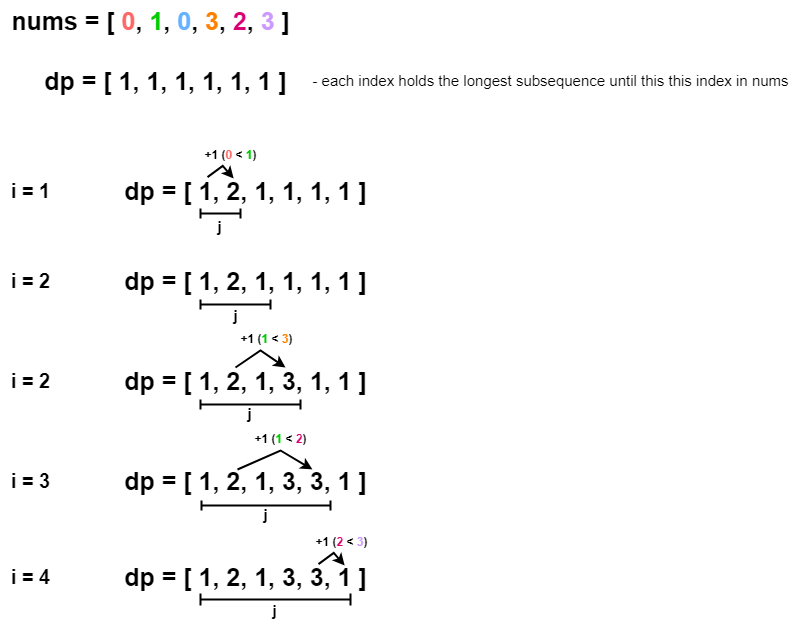
Above: Python3/img/LongestIncreasingSubsequence.png in ashiven/leetcode-solutions (draw.io), before the change. Source tidied: cells renumbered, new cells last; positions are measured from the earlier drawing's top-left corner, leaving out a move shared by most shapes. Its diagram source:
```xml
<mxGraphModel background="#ffffff">
  <root>
    <mxCell id="0" />
    <mxCell id="1" parent="0" />
    <mxCell id="2" value="nums = [ &lt;font color=&quot;#ff6666&quot;&gt;0&lt;/font&gt;, &lt;font color=&quot;#00cc00&quot;&gt;1&lt;/font&gt;, &lt;font color=&quot;#66b2ff&quot;&gt;0&lt;/font&gt;, &lt;font color=&quot;#ff8000&quot;&gt;3&lt;/font&gt;, &lt;font color=&quot;#d80073&quot;&gt;2&lt;/font&gt;, &lt;font color=&quot;#cc99ff&quot;&gt;3&lt;/font&gt; ]" style="text;html=1;align=center;verticalAlign=middle;strokeColor=none;fillColor=none;fontSize=25;fontStyle=1;" parent="1" vertex="1">
      <mxGeometry width="300" height="40" as="geometry" />
    </mxCell>
    <mxCell id="3" value="dp = [ 1, 1, 1, 1, 1, 1 ]" style="text;html=1;align=center;verticalAlign=middle;strokeColor=none;fillColor=none;fontSize=25;fontStyle=1;" parent="1" vertex="1">
      <mxGeometry x="30" y="60" width="270" height="40" as="geometry" />
    </mxCell>
    <mxCell id="4" value="&lt;font style=&quot;font-size: 15px;&quot;&gt;- each index holds the longest subsequence until this this index in nums&lt;/font&gt;" style="text;html=1;align=center;verticalAlign=middle;strokeColor=none;fillColor=none;" parent="1" vertex="1">
      <mxGeometry x="300" y="65" width="500" height="30" as="geometry" />
    </mxCell>
    <mxCell id="5" value="i = 1" style="text;html=1;align=center;verticalAlign=middle;strokeColor=none;fillColor=none;fontSize=20;fontStyle=1;" parent="1" vertex="1">
      <mxGeometry y="170" width="60" height="40" as="geometry" />
    </mxCell>
    <mxCell id="6" value="dp = [ 1, 2, 1, 1, 1, 1 ]" style="text;html=1;align=center;verticalAlign=middle;strokeColor=none;fillColor=none;fontSize=25;fontStyle=1;" parent="1" vertex="1">
      <mxGeometry x="110" y="170" width="270" height="40" as="geometry" />
    </mxCell>
    <mxCell id="7" style="endArrow=classic;html=1;rounded=0;entryX=0.448;entryY=0.065;entryDx=0;entryDy=0;entryPerimeter=0;exitX=0.351;exitY=0.03;exitDx=0;exitDy=0;exitPerimeter=0;strokeWidth=2;" parent="1" edge="1">
      <mxGeometry relative="1" as="geometry">
        <mxPoint x="207" y="176.6" as="sourcePoint" />
        <mxPoint x="233.2" y="178" as="targetPoint" />
        <Array as="points">
          <mxPoint x="222.2" y="165.4" />
        </Array>
      </mxGeometry>
    </mxCell>
    <mxCell id="8" value="+1 (&lt;font color=&quot;#ff6666&quot;&gt;0&lt;/font&gt; &amp;lt;&amp;nbsp;&lt;font color=&quot;#00cc00&quot;&gt;1&lt;/font&gt;)" style="text;html=1;align=center;verticalAlign=middle;strokeColor=none;fillColor=none;fontStyle=1;" parent="1" vertex="1">
      <mxGeometry x="190" y="140" width="80" height="30" as="geometry" />
    </mxCell>
    <mxCell id="9" value="i = 2" style="text;html=1;align=center;verticalAlign=middle;strokeColor=none;fillColor=none;fontSize=20;fontStyle=1;" parent="1" vertex="1">
      <mxGeometry y="260" width="60" height="40" as="geometry" />
    </mxCell>
    <mxCell id="10" value="dp = [ 1, 2, 1, 1, 1, 1 ]" style="text;html=1;align=center;verticalAlign=middle;strokeColor=none;fillColor=none;fontSize=25;fontStyle=1;" parent="1" vertex="1">
      <mxGeometry x="110" y="260" width="270" height="40" as="geometry" />
    </mxCell>
    <mxCell id="11" value="+1 (&lt;font color=&quot;#00cc00&quot;&gt;1 &lt;/font&gt;&amp;lt;&lt;font color=&quot;#00cc00&quot;&gt; &lt;/font&gt;&lt;font color=&quot;#ff8000&quot;&gt;3&lt;/font&gt;)" style="text;html=1;align=center;verticalAlign=middle;strokeColor=none;fillColor=none;fontStyle=1;fontSize=12;" parent="1" vertex="1">
      <mxGeometry x="226" y="324" width="80" height="30" as="geometry" />
    </mxCell>
    <mxCell id="12" value="i = 2" style="text;html=1;align=center;verticalAlign=middle;strokeColor=none;fillColor=none;fontSize=20;fontStyle=1;" parent="1" vertex="1">
      <mxGeometry y="360" width="60" height="40" as="geometry" />
    </mxCell>
    <mxCell id="13" value="dp = [ 1, 2, 1, 3, 1, 1 ]" style="text;html=1;align=center;verticalAlign=middle;strokeColor=none;fillColor=none;fontSize=25;fontStyle=1;" parent="1" vertex="1">
      <mxGeometry x="110" y="360" width="270" height="40" as="geometry" />
    </mxCell>
    <mxCell id="14" style="endArrow=classic;html=1;rounded=0;strokeWidth=2;exitX=0.477;exitY=0.042;exitDx=0;exitDy=0;exitPerimeter=0;" parent="1" edge="1">
      <mxGeometry relative="1" as="geometry">
        <mxPoint x="235" y="367" as="sourcePoint" />
        <mxPoint x="285" y="367" as="targetPoint" />
        <Array as="points">
          <mxPoint x="260" y="350" />
        </Array>
      </mxGeometry>
    </mxCell>
    <mxCell id="15" value="+1 (&lt;font color=&quot;#00cc00&quot;&gt;1 &lt;/font&gt;&amp;lt;&lt;font color=&quot;#00cc00&quot;&gt; &lt;/font&gt;&lt;font color=&quot;#d80073&quot;&gt;2&lt;/font&gt;)" style="text;html=1;align=center;verticalAlign=middle;strokeColor=none;fillColor=none;fontStyle=1;fontSize=12;" parent="1" vertex="1">
      <mxGeometry x="240" y="424" width="80" height="30" as="geometry" />
    </mxCell>
    <mxCell id="16" value="i = 3" style="text;html=1;align=center;verticalAlign=middle;strokeColor=none;fillColor=none;fontSize=20;fontStyle=1;" parent="1" vertex="1">
      <mxGeometry y="460" width="60" height="40" as="geometry" />
    </mxCell>
    <mxCell id="17" value="dp = [ 1, 2, 1, 3, 3, 1 ]" style="text;html=1;align=center;verticalAlign=middle;strokeColor=none;fillColor=none;fontSize=25;fontStyle=1;" parent="1" vertex="1">
      <mxGeometry x="110" y="460" width="270" height="40" as="geometry" />
    </mxCell>
    <mxCell id="18" style="endArrow=classic;html=1;rounded=0;strokeWidth=2;exitX=0.477;exitY=0.042;exitDx=0;exitDy=0;exitPerimeter=0;" parent="1" edge="1">
      <mxGeometry relative="1" as="geometry">
        <mxPoint x="237" y="469" as="sourcePoint" />
        <mxPoint x="312" y="469" as="targetPoint" />
        <Array as="points">
          <mxPoint x="280" y="450" />
        </Array>
      </mxGeometry>
    </mxCell>
    <mxCell id="19" value="i = 4" style="text;html=1;align=center;verticalAlign=middle;strokeColor=none;fillColor=none;fontSize=20;fontStyle=1;" parent="1" vertex="1">
      <mxGeometry y="556" width="60" height="40" as="geometry" />
    </mxCell>
    <mxCell id="20" value="dp = [ 1, 2, 1, 3, 3, 1 ]" style="text;html=1;align=center;verticalAlign=middle;strokeColor=none;fillColor=none;fontSize=25;fontStyle=1;" parent="1" vertex="1">
      <mxGeometry x="110" y="556" width="270" height="40" as="geometry" />
    </mxCell>
    <mxCell id="21" style="endArrow=classic;html=1;rounded=0;entryX=0.448;entryY=0.065;entryDx=0;entryDy=0;entryPerimeter=0;exitX=0.351;exitY=0.03;exitDx=0;exitDy=0;exitPerimeter=0;strokeWidth=2;" parent="1" edge="1">
      <mxGeometry relative="1" as="geometry">
        <mxPoint x="318" y="563.6" as="sourcePoint" />
        <mxPoint x="344.2" y="565" as="targetPoint" />
        <Array as="points">
          <mxPoint x="333.2" y="552.4" />
        </Array>
      </mxGeometry>
    </mxCell>
    <mxCell id="22" value="+1 (&lt;font color=&quot;#d80073&quot;&gt;2&lt;/font&gt;&amp;nbsp;&amp;lt;&amp;nbsp;&lt;font color=&quot;#cc99ff&quot;&gt;3&lt;/font&gt;)" style="text;html=1;align=center;verticalAlign=middle;strokeColor=none;fillColor=none;fontStyle=1;" parent="1" vertex="1">
      <mxGeometry x="301" y="527" width="80" height="30" as="geometry" />
    </mxCell>
    <mxCell id="23" style="shape=crossbar;whiteSpace=wrap;html=1;rounded=1;strokeWidth=2;" parent="1" vertex="1">
      <mxGeometry x="200" y="208" width="40" height="10" as="geometry" />
    </mxCell>
    <mxCell id="24" style="shape=crossbar;whiteSpace=wrap;html=1;rounded=1;strokeWidth=2;" parent="1" vertex="1">
      <mxGeometry x="200" y="299" width="70" height="10" as="geometry" />
    </mxCell>
    <mxCell id="25" style="shape=crossbar;whiteSpace=wrap;html=1;rounded=1;strokeWidth=2;" parent="1" vertex="1">
      <mxGeometry x="200" y="399" width="100" height="10" as="geometry" />
    </mxCell>
    <mxCell id="26" style="shape=crossbar;whiteSpace=wrap;html=1;rounded=1;strokeWidth=2;" parent="1" vertex="1">
      <mxGeometry x="201" y="500" width="129" height="10" as="geometry" />
    </mxCell>
    <mxCell id="27" style="shape=crossbar;whiteSpace=wrap;html=1;rounded=1;strokeWidth=2;" parent="1" vertex="1">
      <mxGeometry x="200" y="593" width="150" height="12" as="geometry" />
    </mxCell>
    <mxCell id="28" value="&lt;font style=&quot;font-size: 15px;&quot;&gt;&lt;b&gt;j&lt;/b&gt;&lt;/font&gt;" style="text;html=1;align=center;verticalAlign=middle;strokeColor=none;fillColor=none;" parent="1" vertex="1">
      <mxGeometry x="204" y="211" width="30" height="30" as="geometry" />
    </mxCell>
    <mxCell id="29" value="&lt;font style=&quot;font-size: 15px;&quot;&gt;&lt;b&gt;j&lt;/b&gt;&lt;/font&gt;" style="text;html=1;align=center;verticalAlign=middle;strokeColor=none;fillColor=none;" parent="1" vertex="1">
      <mxGeometry x="220" y="300" width="30" height="30" as="geometry" />
    </mxCell>
    <mxCell id="30" value="&lt;font style=&quot;font-size: 15px;&quot;&gt;&lt;b&gt;j&lt;/b&gt;&lt;/font&gt;" style="text;html=1;align=center;verticalAlign=middle;strokeColor=none;fillColor=none;" parent="1" vertex="1">
      <mxGeometry x="234" y="398" width="30" height="30" as="geometry" />
    </mxCell>
    <mxCell id="31" value="&lt;font style=&quot;font-size: 15px;&quot;&gt;&lt;b&gt;j&lt;/b&gt;&lt;/font&gt;" style="text;html=1;align=center;verticalAlign=middle;strokeColor=none;fillColor=none;" parent="1" vertex="1">
      <mxGeometry x="250" y="499" width="30" height="30" as="geometry" />
    </mxCell>
    <mxCell id="32" value="&lt;font style=&quot;font-size: 15px;&quot;&gt;&lt;b&gt;j&lt;/b&gt;&lt;/font&gt;" style="text;html=1;align=center;verticalAlign=middle;strokeColor=none;fillColor=none;" parent="1" vertex="1">
      <mxGeometry x="259" y="595" width="30" height="30" as="geometry" />
    </mxCell>
  </root>
</mxGraphModel>
```
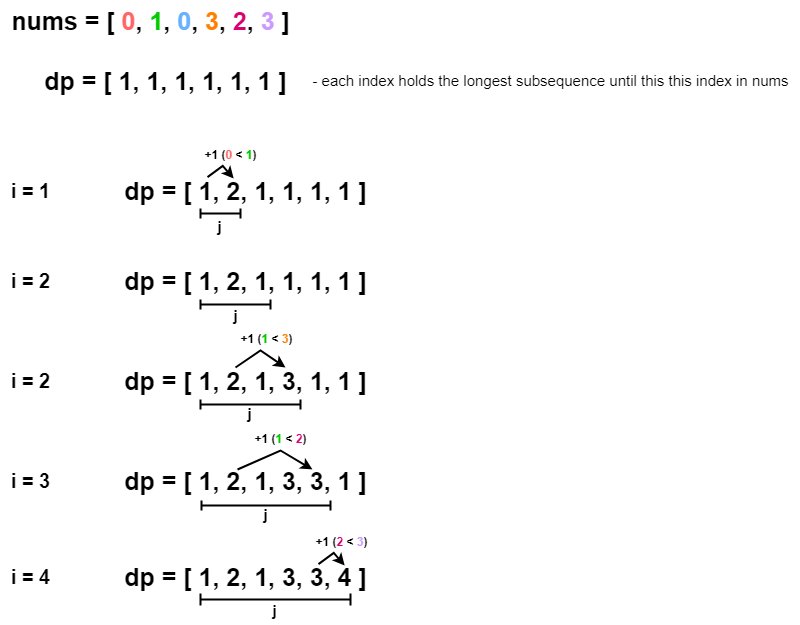
Above is the later version.

Change to the diagram source:
```diff
@@ -74,7 +74,7 @@
     <mxCell id="19" value="i = 4" style="text;html=1;align=center;verticalAlign=middle;strokeColor=none;fillColor=none;fontSize=20;fontStyle=1;" parent="1" vertex="1">
       <mxGeometry y="556" width="60" height="40" as="geometry" />
     </mxCell>
-    <mxCell id="20" value="dp = [ 1, 2, 1, 3, 3, 1 ]" style="text;html=1;align=center;verticalAlign=middle;strokeColor=none;fillColor=none;fontSize=25;fontStyle=1;" parent="1" vertex="1">
+    <mxCell id="20" value="dp = [ 1, 2, 1, 3, 3, 4 ]" style="text;html=1;align=center;verticalAlign=middle;strokeColor=none;fillColor=none;fontSize=25;fontStyle=1;" parent="1" vertex="1">
       <mxGeometry x="110" y="556" width="270" height="40" as="geometry" />
     </mxCell>
     <mxCell id="21" style="endArrow=classic;html=1;rounded=0;entryX=0.448;entryY=0.065;entryDx=0;entryDy=0;entryPerimeter=0;exitX=0.351;exitY=0.03;exitDx=0;exitDy=0;exitPerimeter=0;strokeWidth=2;" parent="1" edge="1">
```
